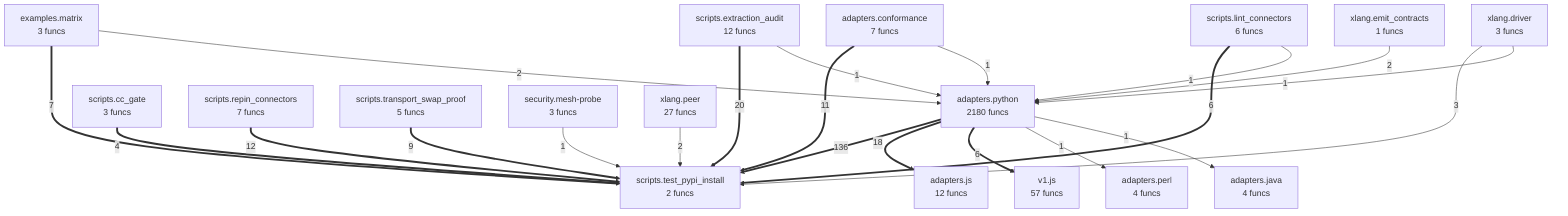
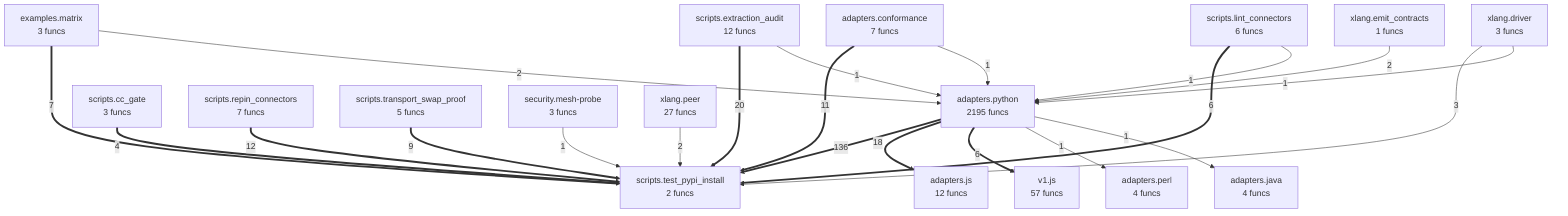
flowchart TD
- %% generated in 0.07s
+ %% generated in 0.16s
    adapters__conformance["adapters.conformance<br/>7 funcs"]
    adapters__java["adapters.java<br/>4 funcs"]
    adapters__js["adapters.js<br/>12 funcs"]
    adapters__perl["adapters.perl<br/>4 funcs"]
-     adapters__python["adapters.python<br/>2180 funcs"]
+     adapters__python["adapters.python<br/>2195 funcs"]
    examples__matrix["examples.matrix<br/>3 funcs"]
    scripts__cc_gate["scripts.cc_gate<br/>3 funcs"]
    scripts__extraction_audit["scripts.extraction_audit<br/>12 funcs"]
    scripts__lint_connectors["scripts.lint_connectors<br/>6 funcs"]
    scripts__repin_connectors["scripts.repin_connectors<br/>7 funcs"]
    scripts__test_pypi_install["scripts.test_pypi_install<br/>2 funcs"]
    scripts__transport_swap_proof["scripts.transport_swap_proof<br/>5 funcs"]
    security__mesh_probe["security.mesh-probe<br/>3 funcs"]
    v1__js["v1.js<br/>57 funcs"]
    xlang__driver["xlang.driver<br/>3 funcs"]
    xlang__emit_contracts["xlang.emit_contracts<br/>1 funcs"]
    xlang__peer["xlang.peer<br/>27 funcs"]
    adapters__python ==>|136| scripts__test_pypi_install
    scripts__extraction_audit ==>|20| scripts__test_pypi_install
    adapters__python ==>|18| adapters__js
    scripts__repin_connectors ==>|12| scripts__test_pypi_install
    adapters__conformance ==>|11| scripts__test_pypi_install
    scripts__transport_swap_proof ==>|9| scripts__test_pypi_install
    examples__matrix ==>|7| scripts__test_pypi_install
    scripts__lint_connectors ==>|6| scripts__test_pypi_install
    adapters__python ==>|6| v1__js
    scripts__cc_gate ==>|4| scripts__test_pypi_install
    xlang__driver -->|3| scripts__test_pypi_install
    examples__matrix -->|2| adapters__python
    xlang__emit_contracts -->|2| adapters__python
    xlang__peer -->|2| scripts__test_pypi_install
    security__mesh_probe -->|1| scripts__test_pypi_install
    scripts__lint_connectors -->|1| adapters__python
    scripts__extraction_audit -->|1| adapters__python
    adapters__conformance -->|1| adapters__python
    adapters__python -->|1| adapters__perl
    adapters__python -->|1| adapters__java
    xlang__driver -->|1| adapters__python
